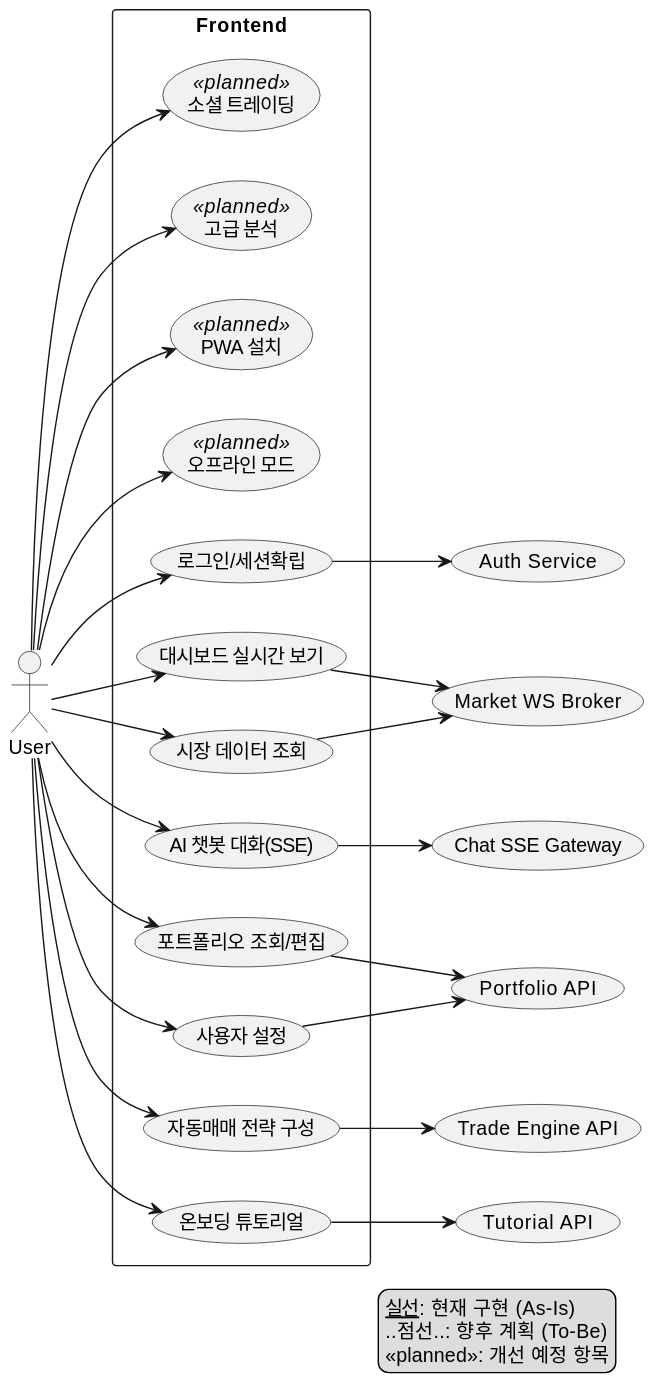
Above: docs/uml/use-case-to-be.svg in SKNETWORKS-FAMILY-AICAMP/SKN12-FINAL-2TEAM (PlantUML), before the change. Its diagram source:
```plantuml
@startuml
left to right direction
actor User
rectangle Frontend as FE {
  usecase UC_Login as "로그인/세션확립"
  usecase UC_ViewDashboard as "대시보드 실시간 보기"
  usecase UC_ChatAI as "AI 챗봇 대화(SSE)"
  usecase UC_ManagePortfolio as "포트폴리오 조회/편집"
  usecase UC_Autotrade as "자동매매 전략 구성"
  usecase UC_Settings as "사용자 설정"
  usecase UC_Tutorial as "온보딩 튜토리얼"
  usecase UC_MarketData as "시장 데이터 조회"

  usecase UC_OfflineMode as "오프라인 모드" <<planned>>
  usecase UC_PWA as "PWA 설치" <<planned>>
  usecase UC_AdvancedAnalytics as "고급 분석" <<planned>>
  usecase UC_SocialTrading as "소셜 트레이딩" <<planned>>
}

User --> UC_Login
User --> UC_ViewDashboard
User --> UC_ChatAI
User --> UC_ManagePortfolio
User --> UC_Autotrade
User --> UC_Settings
User --> UC_Tutorial
User --> UC_MarketData
User --> UC_OfflineMode
User --> UC_PWA
User --> UC_AdvancedAnalytics
User --> UC_SocialTrading

UC_Login --> (Auth Service)
UC_ViewDashboard --> (Market WS Broker)
UC_ChatAI --> (Chat SSE Gateway)
UC_ManagePortfolio --> (Portfolio API)
UC_Autotrade --> (Trade Engine API)
UC_Settings --> (Portfolio API)
UC_MarketData --> (Market WS Broker)
UC_Tutorial --> (Tutorial API)

legend right
  __실선__: 현재 구현 (As-Is)
  ..점선..: 향후 계획 (To-Be)
  <<planned>>: 개선 예정 항목
endlegend
@enduml
```
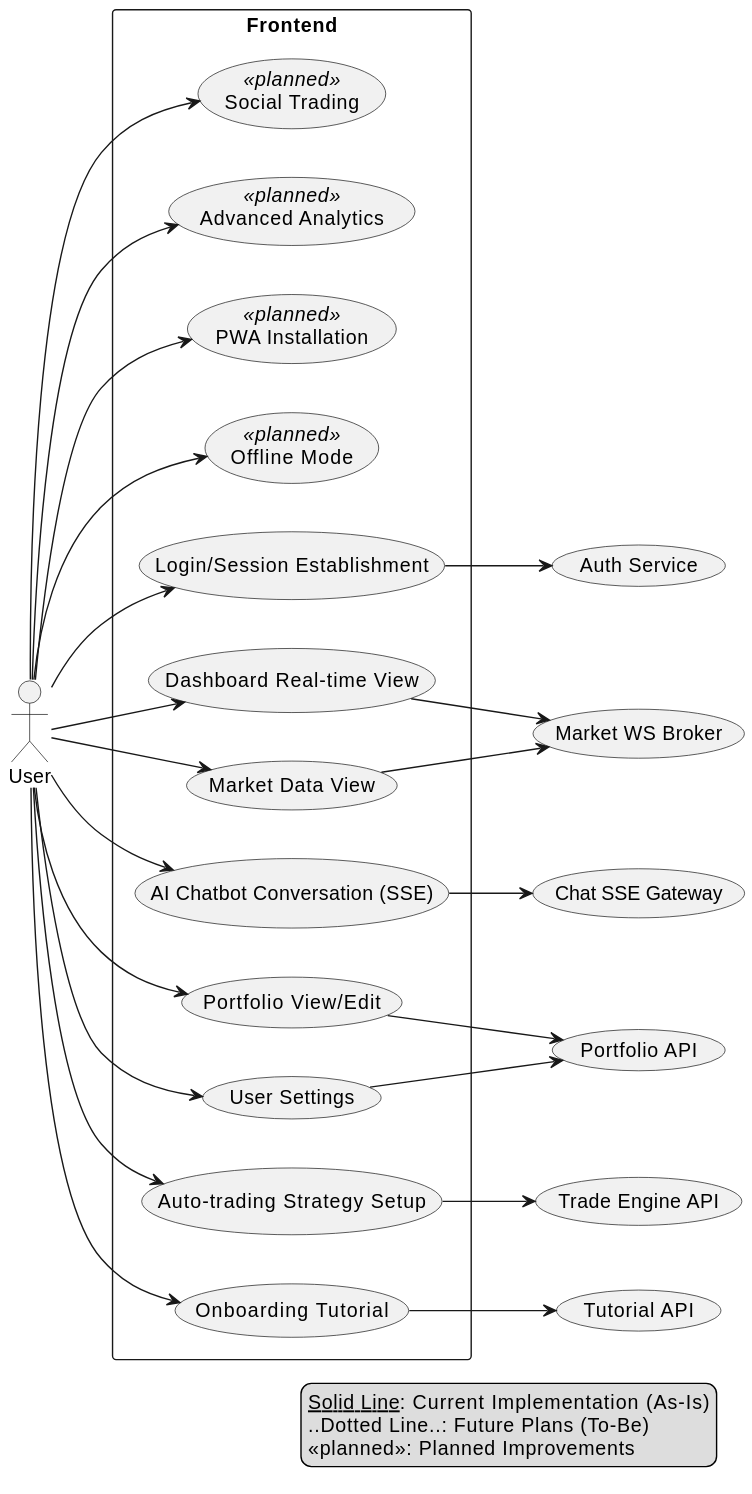
Later version of the same file.

What changed in the source:
```diff
@@ -2,19 +2,19 @@
 left to right direction
 actor User
 rectangle Frontend as FE {
-  usecase UC_Login as "로그인/세션확립"
-  usecase UC_ViewDashboard as "대시보드 실시간 보기"
-  usecase UC_ChatAI as "AI 챗봇 대화(SSE)"
-  usecase UC_ManagePortfolio as "포트폴리오 조회/편집"
-  usecase UC_Autotrade as "자동매매 전략 구성"
-  usecase UC_Settings as "사용자 설정"
-  usecase UC_Tutorial as "온보딩 튜토리얼"
-  usecase UC_MarketData as "시장 데이터 조회"
+  usecase UC_Login as "Login/Session Establishment"
+  usecase UC_ViewDashboard as "Dashboard Real-time View"
+  usecase UC_ChatAI as "AI Chatbot Conversation (SSE)"
+  usecase UC_ManagePortfolio as "Portfolio View/Edit"
+  usecase UC_Autotrade as "Auto-trading Strategy Setup"
+  usecase UC_Settings as "User Settings"
+  usecase UC_Tutorial as "Onboarding Tutorial"
+  usecase UC_MarketData as "Market Data View"
 
-  usecase UC_OfflineMode as "오프라인 모드" <<planned>>
-  usecase UC_PWA as "PWA 설치" <<planned>>
-  usecase UC_AdvancedAnalytics as "고급 분석" <<planned>>
-  usecase UC_SocialTrading as "소셜 트레이딩" <<planned>>
+  usecase UC_OfflineMode as "Offline Mode" <<planned>>
+  usecase UC_PWA as "PWA Installation" <<planned>>
+  usecase UC_AdvancedAnalytics as "Advanced Analytics" <<planned>>
+  usecase UC_SocialTrading as "Social Trading" <<planned>>
 }
 
 User --> UC_Login
@@ -40,8 +40,8 @@
 UC_Tutorial --> (Tutorial API)
 
 legend right
-  __실선__: 현재 구현 (As-Is)
-  ..점선..: 향후 계획 (To-Be)
-  <<planned>>: 개선 예정 항목
+  __Solid Line__: Current Implementation (As-Is)
+  ..Dotted Line..: Future Plans (To-Be)
+  <<planned>>: Planned Improvements
 endlegend
 @enduml
```
